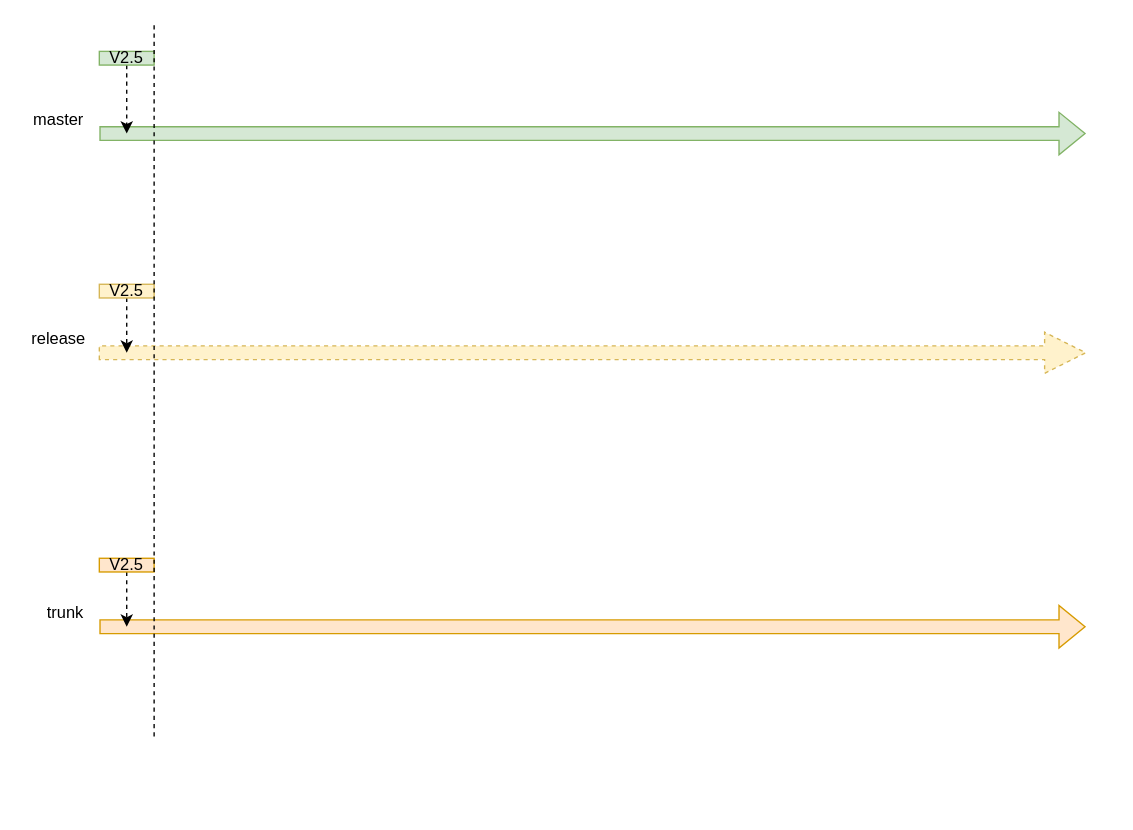
This is Untitled Diagram.drawio from TheoTT/tools, a draw.io file, before an edit. Source tidied: cells renumbered, new cells numbered last; positions are measured from the earlier drawing's top-left corner, leaving out a move shared by most shapes. Both pictures are drawn from the tidied source at 137%, with x=0, y=0 at pixel (23, 23).
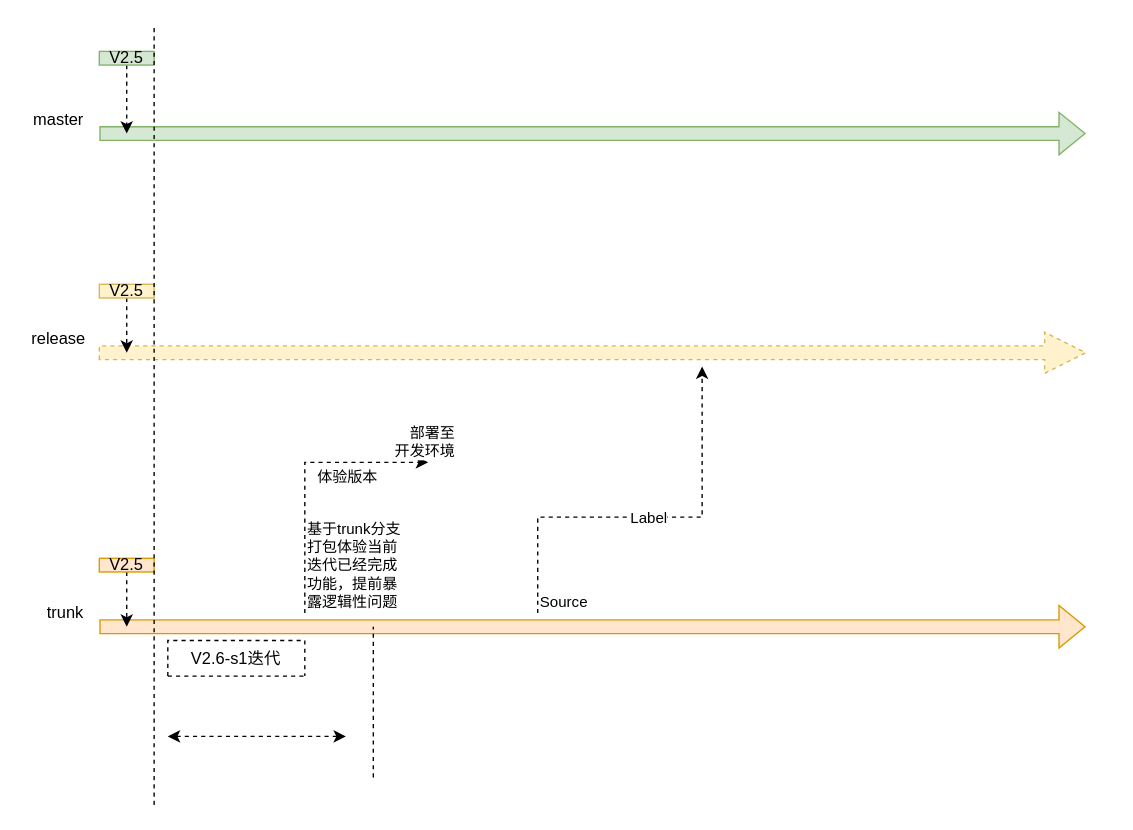
Above is the later version.

The edit, as a diff of the source:
```diff
@@
     <mxCell id="14" style="endArrow=none;html=1;rounded=0;dashed=1;" parent="1" edge="1">
       <mxGeometry relative="1" as="geometry">
-        <mxPoint x="95" y="520" as="sourcePoint" />
+        <mxPoint x="95" y="570" as="sourcePoint" />
         <mxPoint x="95" as="targetPoint" />
       </mxGeometry>
     </mxCell>
+    <mxCell id="15" value="V2.6-s1迭代" style="swimlane;fontStyle=0;horizontal=1;startSize=26;fillColor=none;dashed=1;" parent="1" vertex="1" collapsed="1">
+      <mxGeometry x="105" y="450" width="100" height="26" as="geometry" />
+    </mxCell>
+    <mxCell id="16" style="endArrow=classic;html=1;rounded=0;dashed=1;" parent="1" edge="1">
+      <mxGeometry relative="1" as="geometry">
+        <mxPoint x="205" y="430" as="sourcePoint" />
+        <mxPoint x="295" y="320" as="targetPoint" />
+        <Array as="points">
+          <mxPoint x="205" y="320" />
+        </Array>
+      </mxGeometry>
+    </mxCell>
+    <mxCell id="17" value="体验版本" style="edgeLabel;html=1;align=center;verticalAlign=middle;dashed=1;" parent="16" vertex="1">
+      <mxGeometry relative="1" as="geometry">
+        <mxPoint x="30" as="offset" />
+      </mxGeometry>
+    </mxCell>
+    <mxCell id="18" value="基于trunk分支&lt;br&gt;打包体验当前&lt;br&gt;迭代已经完成&lt;br&gt;功能，提前暴&lt;br&gt;露逻辑性问题" style="edgeLabel;html=1;align=left;verticalAlign=bottom;dashed=1;" parent="16" vertex="1">
+      <mxGeometry x="-1" relative="1" as="geometry" />
+    </mxCell>
+    <mxCell id="19" value="部署至&lt;br&gt;开发环境" style="edgeLabel;html=1;align=right;verticalAlign=bottom;dashed=1;" parent="16" vertex="1">
+      <mxGeometry x="1" relative="1" as="geometry">
+        <mxPoint x="20" as="offset" />
+      </mxGeometry>
+    </mxCell>
+    <mxCell id="20" style="endArrow=classic;html=1;rounded=0;dashed=1;" parent="1" edge="1">
+      <mxGeometry relative="1" as="geometry">
+        <mxPoint x="375" y="430" as="sourcePoint" />
+        <mxPoint x="495" y="250" as="targetPoint" />
+        <Array as="points">
+          <mxPoint x="375" y="360" />
+          <mxPoint x="495" y="360" />
+        </Array>
+      </mxGeometry>
+    </mxCell>
+    <mxCell id="21" value="Label" style="edgeLabel;html=1;align=center;verticalAlign=middle;dashed=1;" parent="20" vertex="1">
+      <mxGeometry relative="1" as="geometry" />
+    </mxCell>
+    <mxCell id="22" value="Source" style="edgeLabel;html=1;align=left;verticalAlign=bottom;dashed=1;" parent="20" vertex="1">
+      <mxGeometry x="-1" relative="1" as="geometry" />
+    </mxCell>
+    <mxCell id="23" style="endArrow=none;dashed=1;html=1;rounded=0;" parent="1" edge="1">
+      <mxGeometry relative="1" as="geometry">
+        <mxPoint x="255" y="550" as="sourcePoint" />
+        <mxPoint x="255" y="440" as="targetPoint" />
+        <Array as="points">
+          <mxPoint x="255" y="470" />
+        </Array>
+      </mxGeometry>
+    </mxCell>
+    <mxCell id="24" style="endArrow=classic;startArrow=classic;html=1;rounded=0;dashed=1;" parent="1" edge="1">
+      <mxGeometry relative="1" as="geometry">
+        <mxPoint x="105" y="520" as="sourcePoint" />
+        <mxPoint x="235" y="520" as="targetPoint" />
+      </mxGeometry>
+    </mxCell>
```
